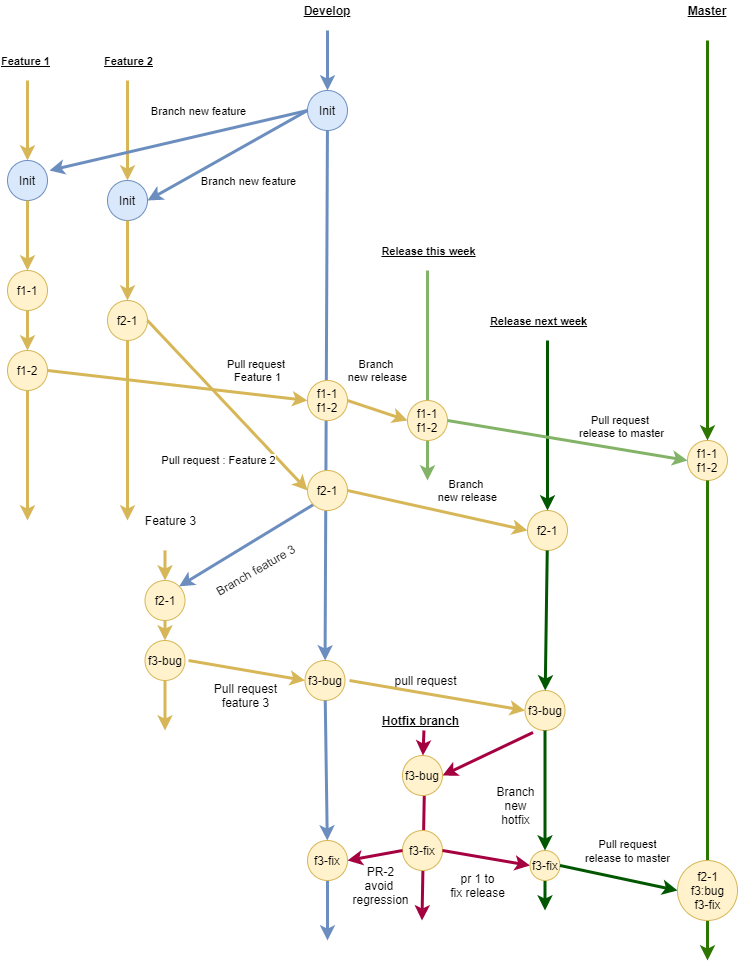
madhukiranbr/prod_release keeps this draw.io diagram as github.png. Above is the earlier version. Source tidied: cells renumbered, new cells last; positions are measured from the earlier drawing's top-left corner, leaving out a move shared by most shapes.
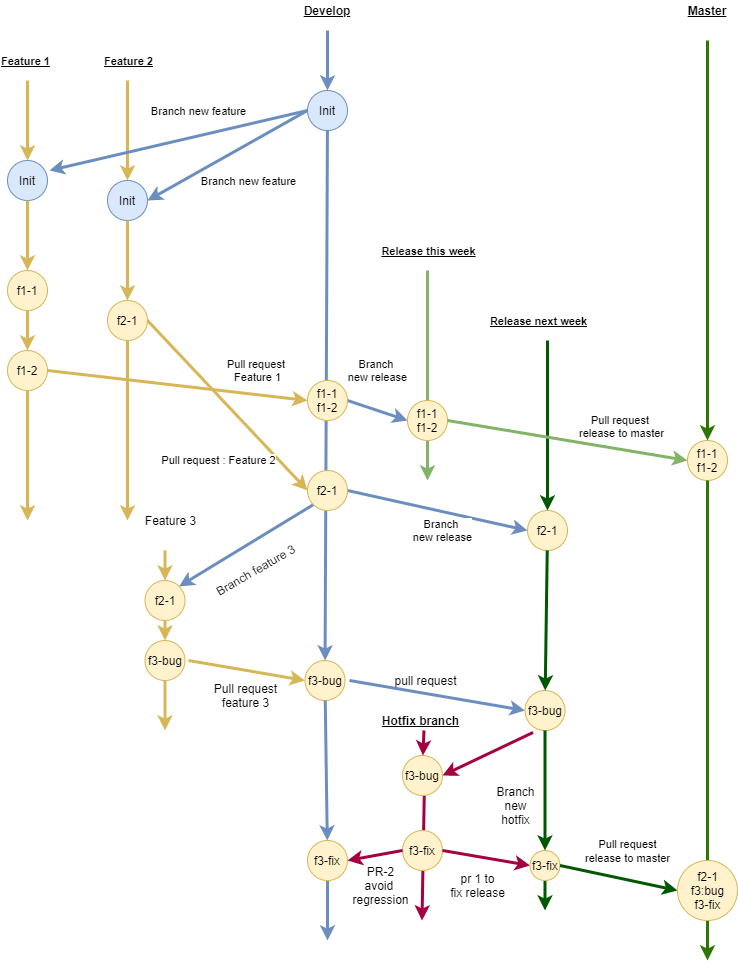
The same diagram one commit later.

Diff of the diagram source:
```diff
@@ -119,7 +119,7 @@
     <mxCell id="31" value="f1-1&lt;br&gt;f1-2" style="ellipse;whiteSpace=wrap;html=1;fillColor=#fff2cc;strokeColor=#d6b656;" parent="1" vertex="1">
       <mxGeometry x="400" y="400" width="40" height="40" as="geometry" />
     </mxCell>
-    <mxCell id="32" style="endArrow=classic;html=1;strokeColor=#d6b656;strokeWidth=3;exitX=1;exitY=0.5;exitDx=0;exitDy=0;entryX=0;entryY=0.5;entryDx=0;entryDy=0;fillColor=#fff2cc;" parent="1" edge="1" source="72" target="31">
+    <mxCell id="32" style="endArrow=classic;html=1;strokeColor=#6c8ebf;strokeWidth=3;exitX=1;exitY=0.5;exitDx=0;exitDy=0;entryX=0;entryY=0.5;entryDx=0;entryDy=0;fillColor=#dae8fc;" parent="1" edge="1" source="72" target="31">
       <mxGeometry relative="1" as="geometry" />
     </mxCell>
     <mxCell id="33" value="Branch &lt;br&gt;new release" style="edgeLabel;html=1;align=center;verticalAlign=middle;" parent="32" vertex="1">
@@ -145,11 +145,11 @@
         <mxPoint x="-14" y="-73" as="offset" />
       </mxGeometry>
     </mxCell>
-    <mxCell id="38" style="endArrow=classic;html=1;strokeColor=#d6b656;strokeWidth=3;exitX=1;exitY=0.5;exitDx=0;exitDy=0;entryX=0;entryY=0.5;entryDx=0;entryDy=0;fillColor=#fff2cc;" parent="1" edge="1" source="73" target="35">
+    <mxCell id="38" style="endArrow=classic;html=1;strokeColor=#6c8ebf;strokeWidth=3;exitX=1;exitY=0.5;exitDx=0;exitDy=0;entryX=0;entryY=0.5;entryDx=0;entryDy=0;fillColor=#dae8fc;" parent="1" edge="1" source="73" target="35">
       <mxGeometry relative="1" as="geometry" />
     </mxCell>
     <mxCell id="39" value="Branch &lt;br&gt;new release" style="edgeLabel;html=1;align=center;verticalAlign=middle;" parent="1" vertex="1">
-      <mxGeometry x="460" y="490" as="geometry" />
+      <mxGeometry x="435" y="530" as="geometry" />
     </mxCell>
     <mxCell id="40" value="f1-1&lt;br&gt;f1-2" style="ellipse;whiteSpace=wrap;html=1;fillColor=#fff2cc;strokeColor=#d6b656;" parent="1" vertex="1">
       <mxGeometry x="680" y="440" width="40" height="40" as="geometry" />
@@ -199,7 +199,7 @@
     <mxCell id="51" value="Branch feature 3" style="text;html=1;align=center;verticalAlign=middle;rotation=-30;" parent="1" vertex="1">
       <mxGeometry x="197.5" y="560" width="100" height="20" as="geometry" />
     </mxCell>
-    <mxCell id="52" style="endArrow=classic;html=1;strokeColor=#d6b656;strokeWidth=3;fillColor=#fff2cc;entryX=0;entryY=0.5;entryDx=0;entryDy=0;" parent="1" edge="1" target="53">
+    <mxCell id="52" style="endArrow=classic;html=1;strokeColor=#6c8ebf;strokeWidth=3;fillColor=#dae8fc;entryX=0;entryY=0.5;entryDx=0;entryDy=0;" parent="1" edge="1" target="53">
       <mxGeometry relative="1" as="geometry">
         <mxPoint x="342" y="680" as="sourcePoint" />
       </mxGeometry>
```
